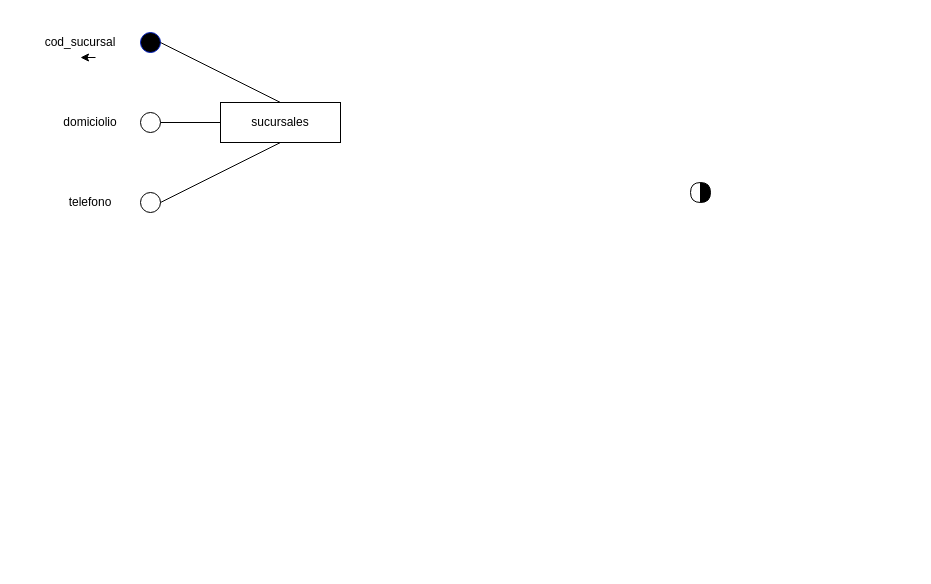
Earlier version of the draw.io diagram Ejercicios_clase/Diagrama entidad_relación Práctica 2.drawio (FuerzaRoja/Base_de_Datos). Source tidied: cells renumbered, new cells numbered last; positions are measured from the earlier drawing's top-left corner, leaving out a move shared by most shapes. Both pictures are drawn from the tidied source at 100%, with x=0, y=0 at pixel (50, 27).
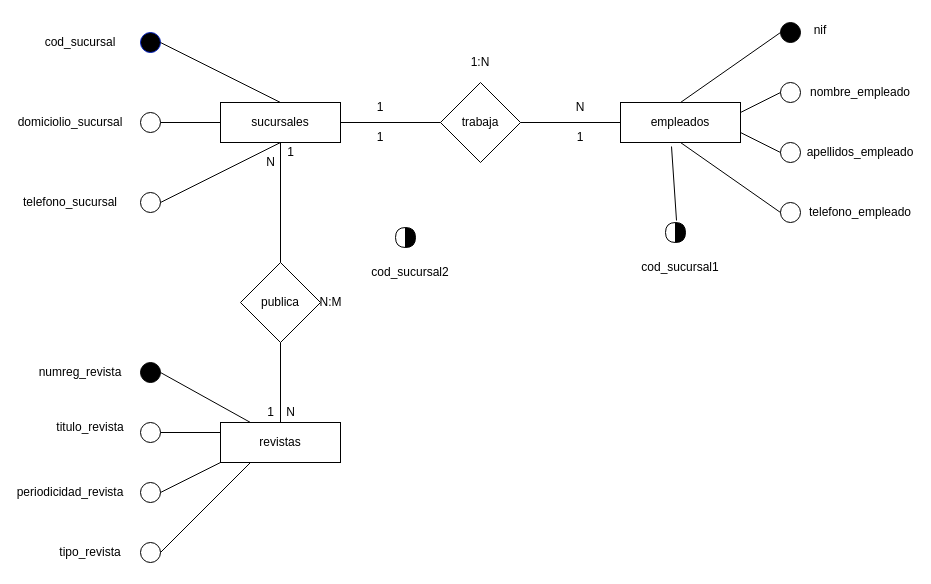
The same diagram, later.

Unchanged cells that the change refers to:
```xml
<mxCell id="4" value="sucursales" style="rounded=0;whiteSpace=wrap;html=1;" parent="1" vertex="1">
  <mxGeometry x="170" y="75" width="120" height="40" as="geometry" />
</mxCell>
<mxCell id="11" value="cod_sucursal" style="text;html=1;strokeColor=none;fillColor=none;align=center;verticalAlign=middle;whiteSpace=wrap;rounded=0;" parent="1" vertex="1">
  <mxGeometry width="60" height="30" as="geometry" />
</mxCell>
```

What changed in the source:
```diff
@@
-    <mxCell id="2" style="shape=or;whiteSpace=wrap;html=1;fillColor=#000000;" parent="1" vertex="1">
-      <mxGeometry x="650" y="155" width="10" height="20" as="geometry" />
-    </mxCell>
-    <mxCell id="3" style="shape=or;whiteSpace=wrap;html=1;rotation=-180;" parent="1" vertex="1">
-      <mxGeometry x="640" y="155" width="10" height="20" as="geometry" />
-    </mxCell>
@@
-    <mxCell id="12" value="domiciolio" style="text;html=1;strokeColor=none;fillColor=none;align=center;verticalAlign=middle;whiteSpace=wrap;rounded=0;" parent="1" vertex="1">
-      <mxGeometry x="10" y="80" width="60" height="30" as="geometry" />
+    <mxCell id="12" value="domiciolio_sucursal" style="text;html=1;strokeColor=none;fillColor=none;align=center;verticalAlign=middle;whiteSpace=wrap;rounded=0;" parent="1" vertex="1">
+      <mxGeometry x="-10" y="80" width="60" height="30" as="geometry" />
     </mxCell>
-    <mxCell id="13" value="telefono" style="text;html=1;strokeColor=none;fillColor=none;align=center;verticalAlign=middle;whiteSpace=wrap;rounded=0;" parent="1" vertex="1">
-      <mxGeometry x="10" y="160" width="60" height="30" as="geometry" />
+    <mxCell id="13" value="telefono_sucursal" style="text;html=1;strokeColor=none;fillColor=none;align=center;verticalAlign=middle;whiteSpace=wrap;rounded=0;" parent="1" vertex="1">
+      <mxGeometry x="-10" y="160" width="60" height="30" as="geometry" />
     </mxCell>
-    <mxCell id="14" style="edgeStyle=orthogonalEdgeStyle;rounded=0;orthogonalLoop=1;jettySize=auto;html=1;exitX=0.75;exitY=1;exitDx=0;exitDy=0;entryX=0.5;entryY=1;entryDx=0;entryDy=0;" parent="1" edge="1" source="11" target="11">
-      <mxGeometry relative="1" as="geometry" />
-    </mxCell>
+    <mxCell id="15" value="empleados" style="rounded=0;whiteSpace=wrap;html=1;" parent="1" vertex="1">
+      <mxGeometry x="570" y="75" width="120" height="40" as="geometry" />
+    </mxCell>
+    <mxCell id="16" style="ellipse;whiteSpace=wrap;html=1;fillColor=#000000;" parent="1" vertex="1">
+      <mxGeometry x="730" y="-5" width="20" height="20" as="geometry" />
+    </mxCell>
+    <mxCell id="17" style="ellipse;whiteSpace=wrap;html=1;" parent="1" vertex="1">
+      <mxGeometry x="730" y="55" width="20" height="20" as="geometry" />
+    </mxCell>
+    <mxCell id="18" style="edgeStyle=orthogonalEdgeStyle;rounded=0;jettySize=auto;html=1;exitX=1;exitY=0.5;exitDx=0;exitDy=0;" parent="1" edge="1" source="19">
+      <mxGeometry relative="1" as="geometry">
+        <mxPoint x="740" y="135" as="targetPoint" />
+      </mxGeometry>
+    </mxCell>
+    <mxCell id="19" style="ellipse;whiteSpace=wrap;html=1;" parent="1" vertex="1">
+      <mxGeometry x="730" y="115" width="20" height="20" as="geometry" />
+    </mxCell>
+    <mxCell id="20" style="ellipse;whiteSpace=wrap;html=1;" parent="1" vertex="1">
+      <mxGeometry x="730" y="175" width="20" height="20" as="geometry" />
+    </mxCell>
+    <mxCell id="21" style="endArrow=none;html=1;rounded=0;entryX=0.5;entryY=0;entryDx=0;entryDy=0;exitX=0;exitY=0.5;exitDx=0;exitDy=0;" parent="1" edge="1" source="16" target="15">
+      <mxGeometry relative="1" as="geometry" />
+    </mxCell>
+    <mxCell id="22" style="endArrow=none;html=1;rounded=0;entryX=0;entryY=0.5;entryDx=0;entryDy=0;exitX=1;exitY=0.25;exitDx=0;exitDy=0;" parent="1" edge="1" source="15" target="17">
+      <mxGeometry relative="1" as="geometry" />
+    </mxCell>
+    <mxCell id="23" style="endArrow=none;html=1;rounded=0;entryX=0;entryY=0.5;entryDx=0;entryDy=0;exitX=1;exitY=0.75;exitDx=0;exitDy=0;" parent="1" edge="1" source="15" target="19">
+      <mxGeometry relative="1" as="geometry" />
+    </mxCell>
+    <mxCell id="24" style="endArrow=none;html=1;rounded=0;entryX=0;entryY=0.5;entryDx=0;entryDy=0;exitX=0.5;exitY=1;exitDx=0;exitDy=0;" parent="1" edge="1" source="15" target="20">
+      <mxGeometry relative="1" as="geometry" />
+    </mxCell>
+    <mxCell id="25" value="nif" style="text;html=1;strokeColor=none;fillColor=none;align=center;verticalAlign=middle;whiteSpace=wrap;rounded=0;" parent="1" vertex="1">
+      <mxGeometry x="755" y="-10" width="30" height="25" as="geometry" />
+    </mxCell>
+    <mxCell id="26" value="nombre_empleado" style="text;html=1;strokeColor=none;fillColor=none;align=center;verticalAlign=middle;whiteSpace=wrap;rounded=0;" parent="1" vertex="1">
+      <mxGeometry x="780" y="50" width="60" height="30" as="geometry" />
+    </mxCell>
+    <mxCell id="27" value="apellidos_empleado" style="text;html=1;strokeColor=none;fillColor=none;align=center;verticalAlign=middle;whiteSpace=wrap;rounded=0;" parent="1" vertex="1">
+      <mxGeometry x="780" y="110" width="60" height="30" as="geometry" />
+    </mxCell>
+    <mxCell id="28" value="telefono_empleado" style="text;html=1;strokeColor=none;fillColor=none;align=center;verticalAlign=middle;whiteSpace=wrap;rounded=0;" parent="1" vertex="1">
+      <mxGeometry x="780" y="170" width="60" height="30" as="geometry" />
+    </mxCell>
+    <mxCell id="29" value="trabaja" style="rhombus;whiteSpace=wrap;html=1;" parent="1" vertex="1">
+      <mxGeometry x="390" y="55" width="80" height="80" as="geometry" />
+    </mxCell>
+    <mxCell id="30" style="endArrow=none;html=1;rounded=0;entryX=0;entryY=0.5;entryDx=0;entryDy=0;exitX=1;exitY=0.5;exitDx=0;exitDy=0;" parent="1" edge="1" source="29" target="15">
+      <mxGeometry relative="1" as="geometry" />
+    </mxCell>
+    <mxCell id="31" style="endArrow=none;html=1;rounded=0;exitX=1;exitY=0.5;exitDx=0;exitDy=0;" parent="1" edge="1" source="4" target="29">
+      <mxGeometry relative="1" as="geometry" />
+    </mxCell>
+    <mxCell id="32" value="1" style="text;html=1;strokeColor=none;fillColor=none;align=center;verticalAlign=middle;whiteSpace=wrap;rounded=0;" parent="1" vertex="1">
+      <mxGeometry x="300" y="65" width="60" height="30" as="geometry" />
+    </mxCell>
+    <mxCell id="33" value="N" style="text;html=1;strokeColor=none;fillColor=none;align=center;verticalAlign=middle;whiteSpace=wrap;rounded=0;" parent="1" vertex="1">
+      <mxGeometry x="500" y="65" width="60" height="30" as="geometry" />
+    </mxCell>
+    <mxCell id="34" value="1" style="text;html=1;strokeColor=none;fillColor=none;align=center;verticalAlign=middle;whiteSpace=wrap;rounded=0;" parent="1" vertex="1">
+      <mxGeometry x="500" y="95" width="60" height="30" as="geometry" />
+    </mxCell>
+    <mxCell id="35" value="1" style="text;html=1;strokeColor=none;fillColor=none;align=center;verticalAlign=middle;whiteSpace=wrap;rounded=0;" parent="1" vertex="1">
+      <mxGeometry x="300" y="95" width="60" height="30" as="geometry" />
+    </mxCell>
+    <mxCell id="36" value="1:N" style="text;html=1;strokeColor=none;fillColor=none;align=center;verticalAlign=middle;whiteSpace=wrap;rounded=0;" parent="1" vertex="1">
+      <mxGeometry x="400" y="20" width="60" height="30" as="geometry" />
+    </mxCell>
+    <mxCell id="37" value="publica" style="rhombus;whiteSpace=wrap;html=1;" parent="1" vertex="1">
+      <mxGeometry x="190" y="235" width="80" height="80" as="geometry" />
+    </mxCell>
+    <mxCell id="38" style="endArrow=none;html=1;rounded=0;entryX=0.5;entryY=1;entryDx=0;entryDy=0;" parent="1" edge="1" source="37" target="4">
+      <mxGeometry relative="1" as="geometry" />
+    </mxCell>
+    <mxCell id="39" value="revistas" style="rounded=0;whiteSpace=wrap;html=1;" parent="1" vertex="1">
+      <mxGeometry x="170" y="395" width="120" height="40" as="geometry" />
+    </mxCell>
+    <mxCell id="40" style="endArrow=none;html=1;rounded=0;entryX=0.5;entryY=1;entryDx=0;entryDy=0;exitX=0.5;exitY=0;exitDx=0;exitDy=0;" parent="1" edge="1" source="39" target="37">
+      <mxGeometry relative="1" as="geometry" />
+    </mxCell>
+    <mxCell id="41" style="shape=or;whiteSpace=wrap;html=1;fillColor=#000000;" parent="1" vertex="1">
+      <mxGeometry x="625" y="195" width="10" height="20" as="geometry" />
+    </mxCell>
+    <mxCell id="42" style="shape=or;whiteSpace=wrap;html=1;rotation=-180;" parent="1" vertex="1">
+      <mxGeometry x="615" y="195" width="10" height="20" as="geometry" />
+    </mxCell>
+    <mxCell id="43" style="endArrow=none;html=1;rounded=0;exitX=0.1;exitY=-0.1;exitDx=0;exitDy=0;exitPerimeter=0;entryX=0.425;entryY=1.1;entryDx=0;entryDy=0;entryPerimeter=0;" parent="1" edge="1" source="41" target="15">
+      <mxGeometry relative="1" as="geometry" />
+    </mxCell>
+    <mxCell id="44" value="cod_sucursal1" style="text;html=1;strokeColor=none;fillColor=none;align=center;verticalAlign=middle;whiteSpace=wrap;rounded=0;" parent="1" vertex="1">
+      <mxGeometry x="600" y="225" width="60" height="30" as="geometry" />
+    </mxCell>
+    <mxCell id="45" style="ellipse;whiteSpace=wrap;html=1;fillColor=#000000;" parent="1" vertex="1">
+      <mxGeometry x="90" y="335" width="20" height="20" as="geometry" />
+    </mxCell>
+    <mxCell id="46" style="ellipse;whiteSpace=wrap;html=1;" parent="1" vertex="1">
+      <mxGeometry x="90" y="395" width="20" height="20" as="geometry" />
+    </mxCell>
+    <mxCell id="47" style="ellipse;whiteSpace=wrap;html=1;" parent="1" vertex="1">
+      <mxGeometry x="90" y="455" width="20" height="20" as="geometry" />
+    </mxCell>
+    <mxCell id="48" style="ellipse;whiteSpace=wrap;html=1;" parent="1" vertex="1">
+      <mxGeometry x="90" y="515" width="20" height="20" as="geometry" />
+    </mxCell>
+    <mxCell id="49" value="numreg_revista" style="text;html=1;strokeColor=none;fillColor=none;align=center;verticalAlign=middle;whiteSpace=wrap;rounded=0;" parent="1" vertex="1">
+      <mxGeometry y="330" width="60" height="30" as="geometry" />
+    </mxCell>
+    <mxCell id="50" value="titulo_revista" style="text;html=1;strokeColor=none;fillColor=none;align=center;verticalAlign=middle;whiteSpace=wrap;rounded=0;" parent="1" vertex="1">
+      <mxGeometry x="10" y="385" width="60" height="30" as="geometry" />
+    </mxCell>
+    <mxCell id="51" value="periodicidad_revista" style="text;html=1;strokeColor=none;fillColor=none;align=center;verticalAlign=middle;whiteSpace=wrap;rounded=0;" parent="1" vertex="1">
+      <mxGeometry x="-10" y="450" width="60" height="30" as="geometry" />
+    </mxCell>
+    <mxCell id="52" value="tipo_revista" style="text;html=1;strokeColor=none;fillColor=none;align=center;verticalAlign=middle;whiteSpace=wrap;rounded=0;" parent="1" vertex="1">
+      <mxGeometry x="10" y="510" width="60" height="30" as="geometry" />
+    </mxCell>
+    <mxCell id="53" style="endArrow=none;html=1;rounded=0;exitX=1;exitY=0.5;exitDx=0;exitDy=0;entryX=0.25;entryY=0;entryDx=0;entryDy=0;" parent="1" edge="1" source="45" target="39">
+      <mxGeometry relative="1" as="geometry" />
+    </mxCell>
+    <mxCell id="54" style="endArrow=none;html=1;rounded=0;exitX=1;exitY=0.5;exitDx=0;exitDy=0;entryX=0;entryY=0.25;entryDx=0;entryDy=0;" parent="1" edge="1" source="46" target="39">
+      <mxGeometry relative="1" as="geometry" />
+    </mxCell>
+    <mxCell id="55" style="endArrow=none;html=1;rounded=0;exitX=1;exitY=0.5;exitDx=0;exitDy=0;entryX=0;entryY=1;entryDx=0;entryDy=0;" parent="1" edge="1" source="47" target="39">
+      <mxGeometry relative="1" as="geometry" />
+    </mxCell>
+    <mxCell id="56" style="endArrow=none;html=1;rounded=0;exitX=1;exitY=0.5;exitDx=0;exitDy=0;entryX=0.25;entryY=1;entryDx=0;entryDy=0;" parent="1" edge="1" source="48" target="39">
+      <mxGeometry relative="1" as="geometry" />
+    </mxCell>
+    <mxCell id="57" value="1" style="text;html=1;align=center;verticalAlign=middle;strokeColor=none;fillColor=none;" parent="1" vertex="1">
+      <mxGeometry x="225" y="110" width="30" height="30" as="geometry" />
+    </mxCell>
+    <mxCell id="58" value="N" style="text;html=1;align=center;verticalAlign=middle;strokeColor=none;fillColor=none;" parent="1" vertex="1">
+      <mxGeometry x="225" y="370" width="30" height="30" as="geometry" />
+    </mxCell>
+    <mxCell id="59" value="1" style="text;html=1;align=center;verticalAlign=middle;strokeColor=none;fillColor=none;" parent="1" vertex="1">
+      <mxGeometry x="205" y="370" width="30" height="30" as="geometry" />
+    </mxCell>
+    <mxCell id="60" value="N" style="text;html=1;align=center;verticalAlign=middle;strokeColor=none;fillColor=none;" parent="1" vertex="1">
+      <mxGeometry x="205" y="120" width="30" height="30" as="geometry" />
+    </mxCell>
+    <mxCell id="61" value="N:M" style="text;html=1;align=center;verticalAlign=middle;strokeColor=none;fillColor=none;" parent="1" vertex="1">
+      <mxGeometry x="255" y="260" width="50" height="30" as="geometry" />
+    </mxCell>
+    <mxCell id="62" style="shape=or;whiteSpace=wrap;html=1;fillColor=#000000;" parent="1" vertex="1">
+      <mxGeometry x="355" y="200" width="10" height="20" as="geometry" />
+    </mxCell>
+    <mxCell id="63" style="shape=or;whiteSpace=wrap;html=1;rotation=-180;" parent="1" vertex="1">
+      <mxGeometry x="345" y="200" width="10" height="20" as="geometry" />
+    </mxCell>
+    <mxCell id="64" value="cod_sucursal2" style="text;html=1;strokeColor=none;fillColor=none;align=center;verticalAlign=middle;whiteSpace=wrap;rounded=0;" parent="1" vertex="1">
+      <mxGeometry x="330" y="230" width="60" height="30" as="geometry" />
+    </mxCell>
```
